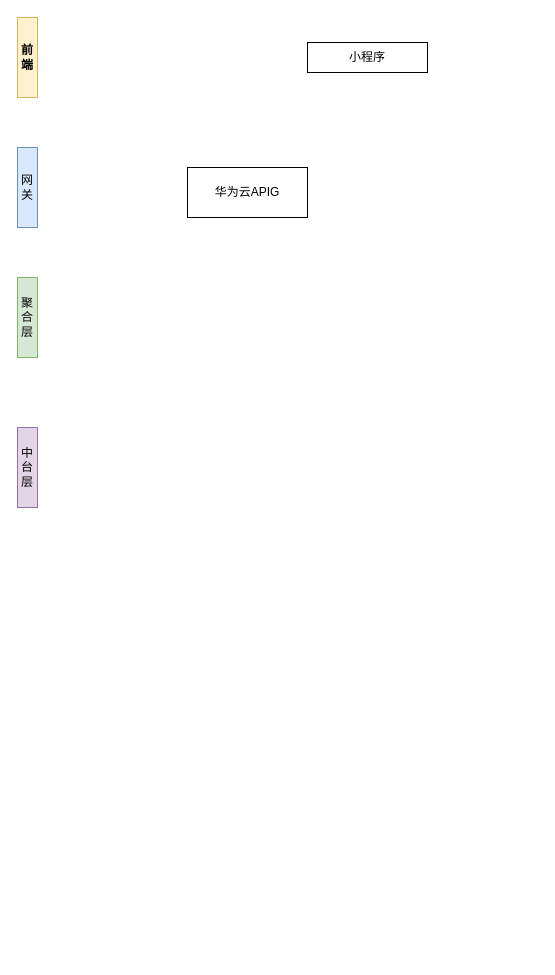
463024907/draw.io keeps this draw.io diagram as 会员业务架构.drawio. Above is the earlier version. Source tidied: cells renumbered, new cells numbered last; positions are measured from the earlier drawing's top-left corner, leaving out a move shared by most shapes. Both pictures are drawn from the tidied source at 100%, with x=0, y=0 at pixel (17, 17).
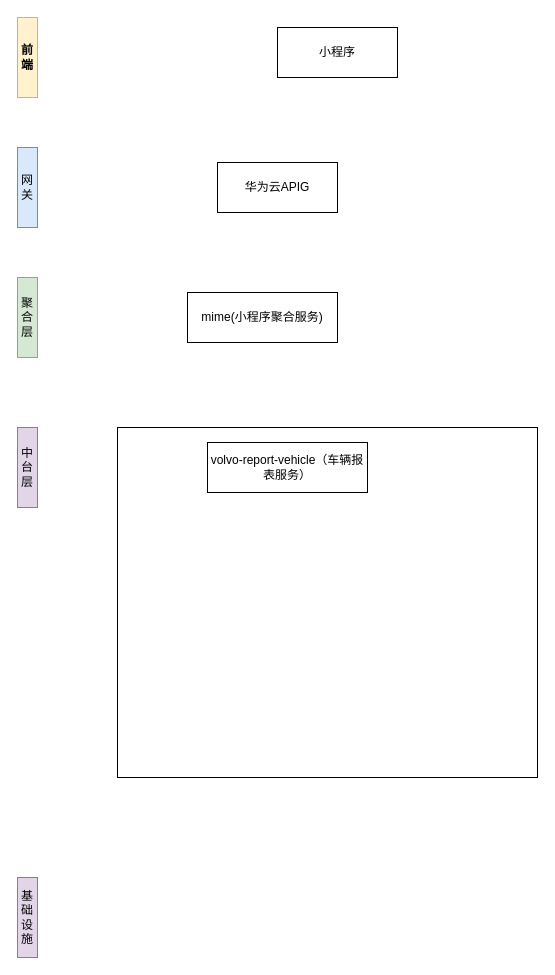
The same diagram, later.

Commit message:
Update 会员业务架构.drawio

Diff of the diagram source:
```diff
@@
 <mxGraphModel>
   <root>
     <mxCell id="0" />
     <mxCell id="1" parent="0" />
+    <mxCell id="8" style="rounded=0;whiteSpace=wrap;html=1;" parent="1" vertex="1">
+      <mxGeometry x="100" y="410" width="420" height="350" as="geometry" />
+    </mxCell>
     <mxCell id="2" value="&lt;b&gt;前端&lt;/b&gt;" style="rounded=0;whiteSpace=wrap;html=1;fillColor=#fff2cc;strokeColor=#d6b656;" parent="1" vertex="1">
       <mxGeometry width="20" height="80" as="geometry" />
     </mxCell>
-    <mxCell id="3" value="小程序" style="rounded=0;whiteSpace=wrap;html=1;" parent="1" vertex="1">
-      <mxGeometry x="290" y="25" width="120" height="30" as="geometry" />
-    </mxCell>
     <mxCell id="4" value="华为云APIG" style="rounded=0;whiteSpace=wrap;html=1;" parent="1" vertex="1">
-      <mxGeometry x="170" y="150" width="120" height="50" as="geometry" />
+      <mxGeometry x="200" y="145" width="120" height="50" as="geometry" />
     </mxCell>
     <mxCell id="5" value="网关" style="rounded=0;whiteSpace=wrap;html=1;fillColor=#dae8fc;strokeColor=#6c8ebf;" parent="1" vertex="1">
       <mxGeometry y="130" width="20" height="80" as="geometry" />
     </mxCell>
     <mxCell id="6" value="聚合层" style="rounded=0;whiteSpace=wrap;html=1;fillColor=#d5e8d4;strokeColor=#82b366;" parent="1" vertex="1">
       <mxGeometry y="260" width="20" height="80" as="geometry" />
     </mxCell>
     <mxCell id="7" value="中台层" style="rounded=0;whiteSpace=wrap;html=1;fillColor=#e1d5e7;strokeColor=#9673a6;" parent="1" vertex="1">
       <mxGeometry y="410" width="20" height="80" as="geometry" />
     </mxCell>
+    <mxCell id="9" value="mime(小程序聚合服务)" style="rounded=0;whiteSpace=wrap;html=1;" parent="1" vertex="1">
+      <mxGeometry x="170" y="275" width="150" height="50" as="geometry" />
+    </mxCell>
+    <mxCell id="3" value="小程序" style="rounded=0;whiteSpace=wrap;html=1;" parent="1" vertex="1">
+      <mxGeometry x="260" y="10" width="120" height="50" as="geometry" />
+    </mxCell>
+    <mxCell id="10" value="volvo-report-vehicle（车辆报表服务）" style="rounded=0;whiteSpace=wrap;html=1;" parent="1" vertex="1">
+      <mxGeometry x="190" y="425" width="160" height="50" as="geometry" />
+    </mxCell>
+    <mxCell id="11" value="基础设施" style="rounded=0;whiteSpace=wrap;html=1;fillColor=#e1d5e7;strokeColor=#9673a6;" parent="1" vertex="1">
+      <mxGeometry y="860" width="20" height="80" as="geometry" />
+    </mxCell>
   </root>
 </mxGraphModel>
```
